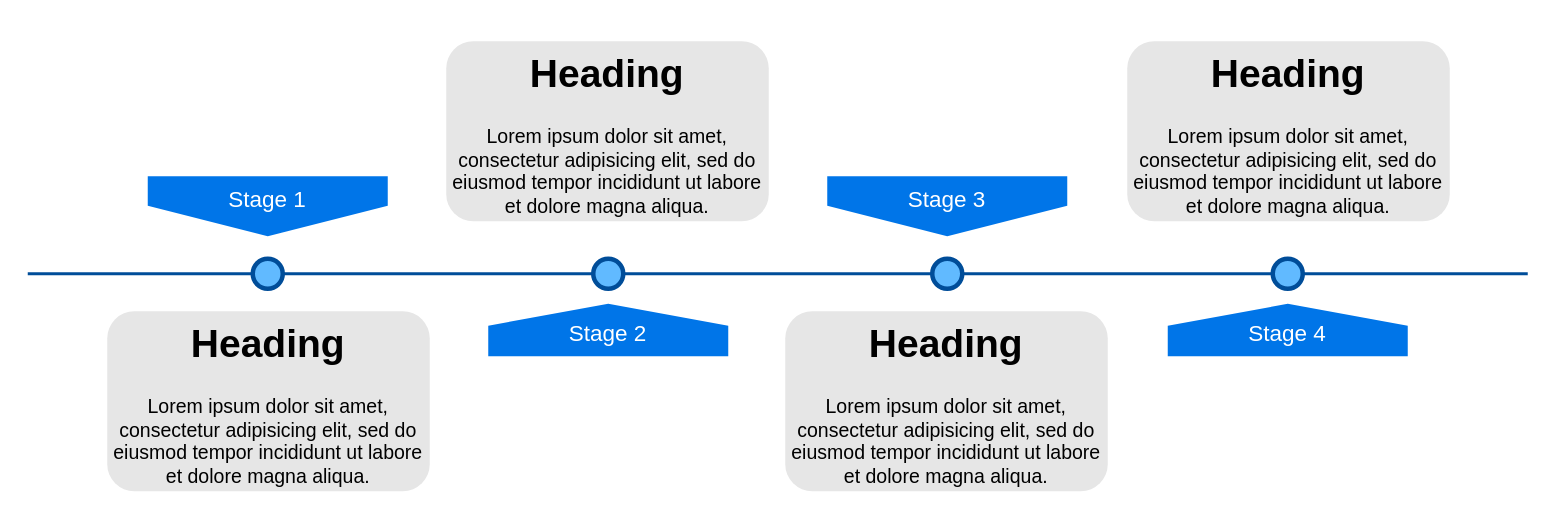
Above: Teambition Diagram.drawio in Arthurcsh/Draw.io (draw.io), before the change. Source tidied: cells renumbered, new cells numbered last; positions are measured from the earlier drawing's top-left corner, leaving out a move shared by most shapes. Both pictures are drawn from the tidied source at 150%, with x=0, y=0 at pixel (27, 40).
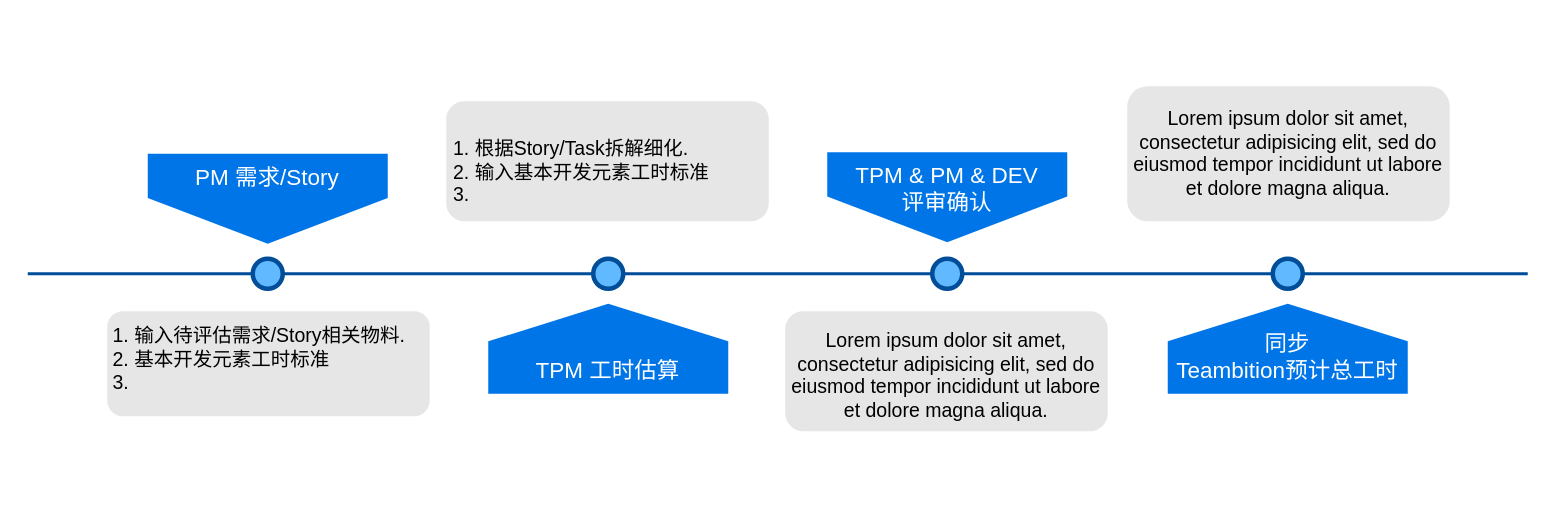
After the change.

The edit, as a diff of the source:
```diff
@@
 <mxGraphModel>
   <root>
     <mxCell id="0" />
     <mxCell id="1" parent="0" />
     <mxCell id="2" style="line;strokeWidth=2;html=1;fillColor=none;fontSize=28;fontColor=#004D99;strokeColor=#004D99;" parent="1" vertex="1">
       <mxGeometry y="150" width="1000" height="10" as="geometry" />
     </mxCell>
-    <mxCell id="3" value="Stage 1" style="shape=offPageConnector;whiteSpace=wrap;html=1;fillColor=#0075E8;fontSize=15;fontColor=#FFFFFF;size=0.5093750000000015;verticalAlign=top;strokeColor=none;" parent="1" vertex="1">
-      <mxGeometry x="80" y="90" width="160" height="40" as="geometry" />
+    <mxCell id="3" value="PM 需求/Story" style="shape=offPageConnector;whiteSpace=wrap;html=1;fillColor=#0075E8;fontSize=15;fontColor=#FFFFFF;size=0.5093750000000015;verticalAlign=top;strokeColor=none;" parent="1" vertex="1">
+      <mxGeometry x="80" y="75" width="160" height="60" as="geometry" />
     </mxCell>
-    <mxCell id="4" value="&lt;span&gt;Stage 3&lt;/span&gt;" style="shape=offPageConnector;whiteSpace=wrap;html=1;fillColor=#0075E8;fontSize=15;fontColor=#FFFFFF;size=0.5093750000000015;verticalAlign=top;strokeColor=none;" parent="1" vertex="1">
-      <mxGeometry x="533" y="90" width="160" height="40" as="geometry" />
+    <mxCell id="4" value="TPM &amp;amp; PM &amp;amp; DEV&lt;br&gt;评审确认" style="shape=offPageConnector;whiteSpace=wrap;html=1;fillColor=#0075E8;fontSize=15;fontColor=#FFFFFF;size=0.5093750000000015;verticalAlign=top;strokeColor=none;" parent="1" vertex="1">
+      <mxGeometry x="533" y="74" width="160" height="60" as="geometry" />
     </mxCell>
-    <mxCell id="5" value="&lt;span&gt;Stage 2&lt;/span&gt;" style="shape=offPageConnector;whiteSpace=wrap;html=1;fillColor=#0075E8;fontSize=15;fontColor=#FFFFFF;size=0.4178571428571445;flipV=1;verticalAlign=bottom;strokeColor=none;spacingBottom=4;" parent="1" vertex="1">
-      <mxGeometry x="307" y="175" width="160" height="35" as="geometry" />
+    <mxCell id="5" value="&lt;span&gt;TPM 工时估算&lt;/span&gt;" style="shape=offPageConnector;whiteSpace=wrap;html=1;fillColor=#0075E8;fontSize=15;fontColor=#FFFFFF;size=0.4178571428571445;flipV=1;verticalAlign=bottom;strokeColor=none;spacingBottom=4;" parent="1" vertex="1">
+      <mxGeometry x="307" y="175" width="160" height="60" as="geometry" />
     </mxCell>
-    <mxCell id="6" value="&lt;span&gt;Stage 4&lt;/span&gt;" style="shape=offPageConnector;whiteSpace=wrap;html=1;fillColor=#0075E8;fontSize=15;fontColor=#FFFFFF;size=0.4178571428571445;flipV=1;verticalAlign=bottom;strokeColor=none;spacingBottom=4;" parent="1" vertex="1">
-      <mxGeometry x="760" y="175" width="160" height="35" as="geometry" />
+    <mxCell id="6" value="&lt;span&gt;同步&lt;br&gt;Teambition预计总工时&lt;/span&gt;" style="shape=offPageConnector;whiteSpace=wrap;html=1;fillColor=#0075E8;fontSize=15;fontColor=#FFFFFF;size=0.4178571428571445;flipV=1;verticalAlign=bottom;strokeColor=none;spacingBottom=4;" parent="1" vertex="1">
+      <mxGeometry x="760" y="175" width="160" height="60" as="geometry" />
     </mxCell>
     <mxCell id="7" style="ellipse;whiteSpace=wrap;html=1;fillColor=#61BAFF;fontSize=28;fontColor=#004D99;strokeWidth=3;strokeColor=#004D99;" parent="1" vertex="1">
       <mxGeometry x="150" y="145" width="20" height="20" as="geometry" />
     </mxCell>
     <mxCell id="8" style="ellipse;whiteSpace=wrap;html=1;fillColor=#61BAFF;fontSize=28;fontColor=#004D99;strokeWidth=3;strokeColor=#004D99;" parent="1" vertex="1">
       <mxGeometry x="377" y="145" width="20" height="20" as="geometry" />
     </mxCell>
     <mxCell id="9" style="ellipse;whiteSpace=wrap;html=1;fillColor=#61BAFF;fontSize=28;fontColor=#004D99;strokeWidth=3;strokeColor=#004D99;" parent="1" vertex="1">
       <mxGeometry x="603" y="145" width="20" height="20" as="geometry" />
     </mxCell>
     <mxCell id="10" style="ellipse;whiteSpace=wrap;html=1;fillColor=#61BAFF;fontSize=28;fontColor=#004D99;strokeWidth=3;strokeColor=#004D99;" parent="1" vertex="1">
       <mxGeometry x="830" y="145" width="20" height="20" as="geometry" />
     </mxCell>
-    <mxCell id="11" value="&lt;h1&gt;Heading&lt;/h1&gt;&lt;p&gt;Lorem ipsum dolor sit amet, consectetur adipisicing elit, sed do eiusmod tempor incididunt ut labore et dolore magna aliqua.&lt;/p&gt;" style="text;html=1;spacing=5;spacingTop=-20;whiteSpace=wrap;overflow=hidden;strokeColor=none;strokeWidth=3;fillColor=#E6E6E6;fontSize=13;fontColor=#000000;align=center;rounded=1;" parent="1" vertex="1">
-      <mxGeometry x="53" y="180" width="215" height="120" as="geometry" />
+    <mxCell id="11" value="1. 输入待评估需求/Story相关物料.&#10;2. 基本开发元素工时标准&#10;3. " style="text;spacing=4;spacingTop=-7;overflow=hidden;strokeColor=none;strokeWidth=3;fillColor=#E6E6E6;fontSize=13;fontColor=#000000;align=left;rounded=1;verticalAlign=middle;whiteSpace=wrap;" parent="1" vertex="1">
+      <mxGeometry x="53" y="180" width="215" height="70" as="geometry" />
     </mxCell>
-    <mxCell id="12" value="&lt;h1&gt;Heading&lt;/h1&gt;&lt;p&gt;Lorem ipsum dolor sit amet, consectetur adipisicing elit, sed do eiusmod tempor incididunt ut labore et dolore magna aliqua.&lt;/p&gt;" style="text;html=1;spacing=5;spacingTop=-20;whiteSpace=wrap;overflow=hidden;strokeColor=none;strokeWidth=3;fillColor=#E6E6E6;fontSize=13;fontColor=#000000;align=center;rounded=1;" parent="1" vertex="1">
-      <mxGeometry x="279" width="215" height="120" as="geometry" />
+    <mxCell id="12" value="1. 根据Story/Task拆解细化.&#10;2. 输入基本开发元素工时标准&#10;3. " style="text;spacing=5;spacingTop=14;whiteSpace=wrap;overflow=hidden;strokeColor=none;strokeWidth=3;fillColor=#E6E6E6;fontSize=13;fontColor=#000000;align=left;rounded=1;spacingRight=0;" parent="1" vertex="1">
+      <mxGeometry x="279" y="40" width="215" height="80" as="geometry" />
     </mxCell>
-    <mxCell id="13" value="&lt;h1&gt;Heading&lt;/h1&gt;&lt;p&gt;Lorem ipsum dolor sit amet, consectetur adipisicing elit, sed do eiusmod tempor incididunt ut labore et dolore magna aliqua.&lt;/p&gt;" style="text;html=1;spacing=5;spacingTop=-20;whiteSpace=wrap;overflow=hidden;strokeColor=none;strokeWidth=3;fillColor=#E6E6E6;fontSize=13;fontColor=#000000;align=center;rounded=1;" parent="1" vertex="1">
-      <mxGeometry x="505" y="180" width="215" height="120" as="geometry" />
+    <mxCell id="13" value="Lorem ipsum dolor sit amet, consectetur adipisicing elit, sed do eiusmod tempor incididunt ut labore et dolore magna aliqua.&#10;" style="text;spacing=5;spacingTop=2;whiteSpace=wrap;overflow=hidden;strokeColor=none;strokeWidth=3;fillColor=#E6E6E6;fontSize=13;fontColor=#000000;align=center;rounded=1;" parent="1" vertex="1">
+      <mxGeometry x="505" y="180" width="215" height="80" as="geometry" />
     </mxCell>
-    <mxCell id="14" value="&lt;h1&gt;Heading&lt;/h1&gt;&lt;p&gt;Lorem ipsum dolor sit amet, consectetur adipisicing elit, sed do eiusmod tempor incididunt ut labore et dolore magna aliqua.&lt;/p&gt;" style="text;html=1;spacing=5;spacingTop=-20;whiteSpace=wrap;overflow=hidden;strokeColor=none;strokeWidth=3;fillColor=#E6E6E6;fontSize=13;fontColor=#000000;align=center;rounded=1;" parent="1" vertex="1">
-      <mxGeometry x="733" width="215" height="120" as="geometry" />
+    <mxCell id="14" value="Lorem ipsum dolor sit amet, consectetur adipisicing elit, sed do eiusmod tempor incididunt ut labore et dolore magna aliqua.&#10;" style="text;spacing=5;spacingTop=4;whiteSpace=wrap;overflow=hidden;strokeColor=none;strokeWidth=3;fillColor=#E6E6E6;fontSize=13;fontColor=#000000;align=center;rounded=1;" parent="1" vertex="1">
+      <mxGeometry x="733" y="30" width="215" height="90" as="geometry" />
     </mxCell>
   </root>
 </mxGraphModel>
```
